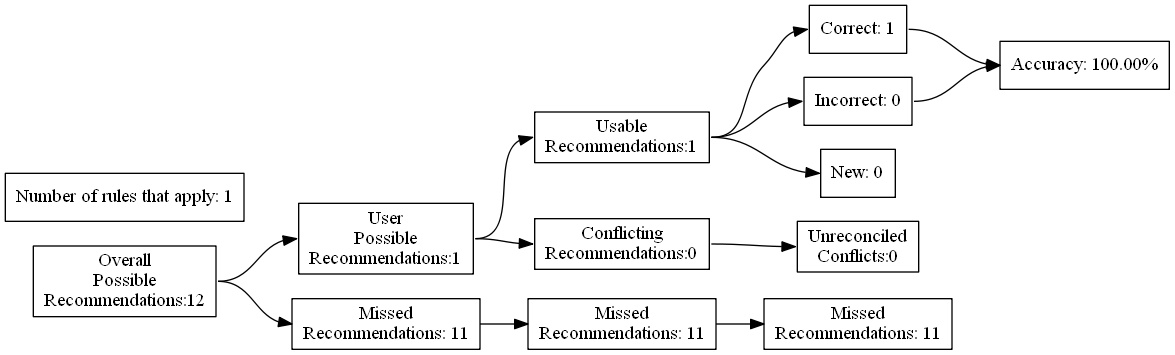
The Graphviz diagram test_renders/27.gv.png in ZaxR/ibd_diet_analysis, before a commit. Its source is kept beside it as test_renders/27.gv.
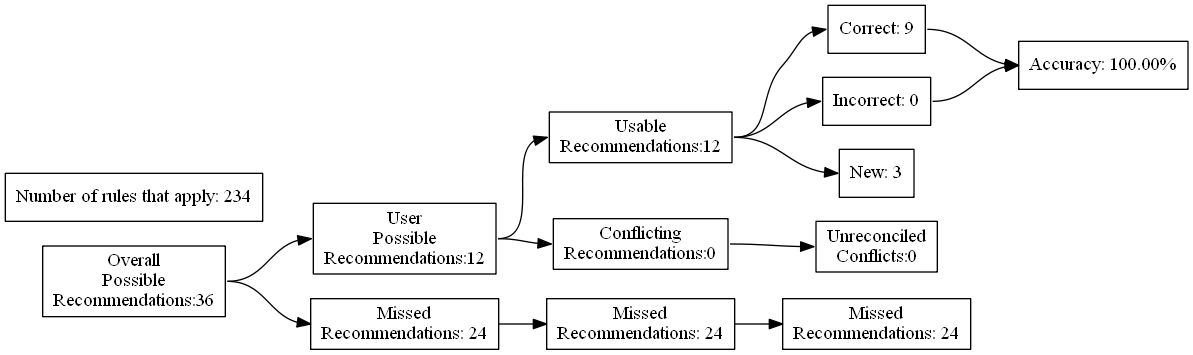
The same diagram one commit later.

The edit, as a diff of the source:
```diff
@@ -4,27 +4,27 @@
 	edge [headport=w tailport=e]
 		A [label="Overall
 Possible
-Recommendations:12"]
+Recommendations:36"]
 		B [label="User
 Possible
-Recommendations:1"]
+Recommendations:12"]
 		C [label="Missed
-Recommendations: 11"]
+Recommendations: 24"]
 		D [label="Usable
-Recommendations:1"]
+Recommendations:12"]
 		E [label="Conflicting
 Recommendations:0"]
 		J [label="Missed
-Recommendations: 11"]
+Recommendations: 24"]
 		M [label="Unreconciled
 Conflicts:0"]
-		F [label="Correct: 1"]
+		F [label="Correct: 9"]
 		G [label="Incorrect: 0"]
-		H [label="New: 0"]
+		H [label="New: 3"]
 		K [label="Missed
-Recommendations: 11"]
+Recommendations: 24"]
 		I [label="Accuracy: 100.00%"]
-		l [label="Number of rules that apply: 1"]
+		l [label="Number of rules that apply: 234"]
 			A -> B
 			A -> C
 			B -> D
```
